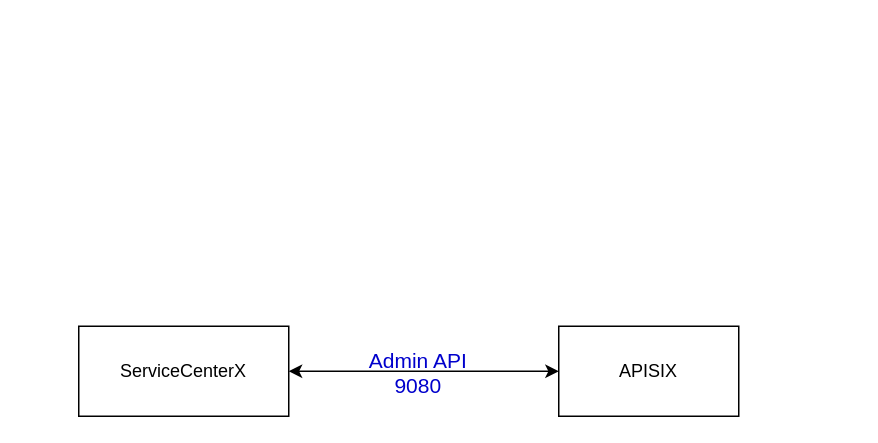
Earlier version of the draw.io diagram ServiceCenterX.drawio (wongJzzz/DrawIOnetDate). Source tidied: cells renumbered, new cells numbered last; positions are measured from the earlier drawing's top-left corner, leaving out a move shared by most shapes. Both pictures are drawn from the tidied source at 150%, with x=0, y=0 at pixel (78, 326).
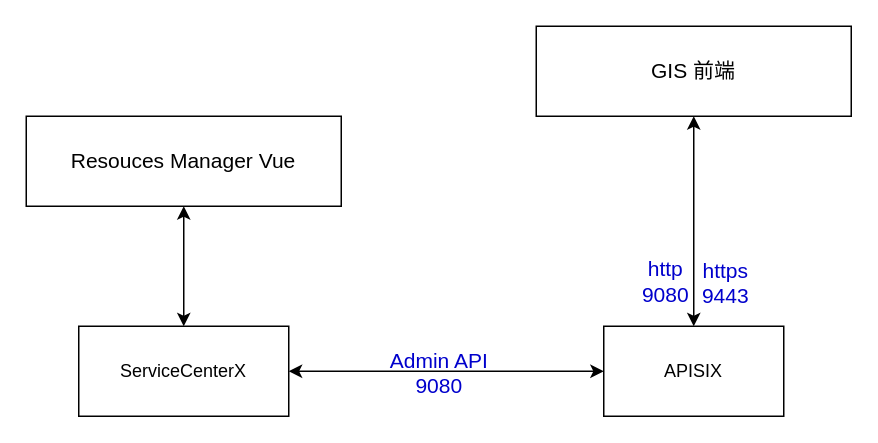
Above is the later version.

Change to the diagram source:
```diff
@@
 <mxGraphModel>
   <root>
     <mxCell id="0" />
     <mxCell id="1" parent="0" />
     <mxCell id="2" style="edgeStyle=orthogonalEdgeStyle;rounded=0;jettySize=auto;html=1;exitX=1;exitY=0.5;exitDx=0;exitDy=0;entryX=0;entryY=0.5;entryDx=0;entryDy=0;startArrow=classic;startFill=1;strokeWidth=1;" parent="1" edge="1" source="4" target="5">
       <mxGeometry relative="1" as="geometry" />
     </mxCell>
     <mxCell id="3" value="Admin API&lt;br&gt;9080" style="edgeLabel;html=1;align=center;verticalAlign=middle;fontSize=14;fontColor=#0000CC;labelBackgroundColor=none;" parent="2" vertex="1">
       <mxGeometry x="-0.09" y="1" relative="1" as="geometry">
         <mxPoint x="3" y="1" as="offset" />
       </mxGeometry>
     </mxCell>
     <mxCell id="4" value="ServiceCenterX" style="rounded=0;whiteSpace=wrap;html=1;" parent="1" vertex="1">
       <mxGeometry width="140" height="60" as="geometry" />
     </mxCell>
     <mxCell id="5" value="APISIX" style="rounded=0;whiteSpace=wrap;html=1;" parent="1" vertex="1">
-      <mxGeometry x="320" width="120" height="60" as="geometry" />
+      <mxGeometry x="350" width="120" height="60" as="geometry" />
     </mxCell>
+    <mxCell id="6" style="edgeStyle=orthogonalEdgeStyle;rounded=0;jettySize=auto;html=1;exitX=0.5;exitY=1;exitDx=0;exitDy=0;strokeWidth=1;fontSize=14;fontColor=#000000;startArrow=classic;startFill=1;" parent="1" edge="1" source="7" target="4">
+      <mxGeometry relative="1" as="geometry" />
+    </mxCell>
+    <mxCell id="7" value="&lt;font color=&quot;#000000&quot;&gt;Resouces Manager Vue&lt;/font&gt;" style="rounded=0;whiteSpace=wrap;html=1;labelBackgroundColor=none;fontSize=14;fontColor=#0000CC;" parent="1" vertex="1">
+      <mxGeometry x="-35" y="-140" width="210" height="60" as="geometry" />
+    </mxCell>
+    <mxCell id="8" style="edgeStyle=orthogonalEdgeStyle;rounded=0;jettySize=auto;html=1;exitX=0.5;exitY=1;exitDx=0;exitDy=0;entryX=0.5;entryY=0;entryDx=0;entryDy=0;strokeWidth=1;fontSize=14;fontColor=#000000;startArrow=classic;startFill=1;" parent="1" edge="1" source="11" target="5">
+      <mxGeometry relative="1" as="geometry" />
+    </mxCell>
+    <mxCell id="9" value="http&lt;br&gt;9080" style="edgeLabel;html=1;align=center;verticalAlign=middle;fontSize=14;fontColor=#0000CC;" parent="8" vertex="1">
+      <mxGeometry x="-0.14" relative="1" as="geometry">
+        <mxPoint x="-20" y="49" as="offset" />
+      </mxGeometry>
+    </mxCell>
+    <mxCell id="10" value="https&lt;br&gt;9443" style="edgeLabel;html=1;align=center;verticalAlign=middle;fontSize=14;fontColor=#0000CC;" parent="8" vertex="1">
+      <mxGeometry x="0.23" y="2" relative="1" as="geometry">
+        <mxPoint x="18" y="24" as="offset" />
+      </mxGeometry>
+    </mxCell>
+    <mxCell id="11" value="&lt;font color=&quot;#000000&quot;&gt;GIS 前端&lt;/font&gt;" style="rounded=0;whiteSpace=wrap;html=1;labelBackgroundColor=none;fontSize=14;fontColor=#0000CC;" parent="1" vertex="1">
+      <mxGeometry x="305" y="-200" width="210" height="60" as="geometry" />
+    </mxCell>
   </root>
 </mxGraphModel>
```
